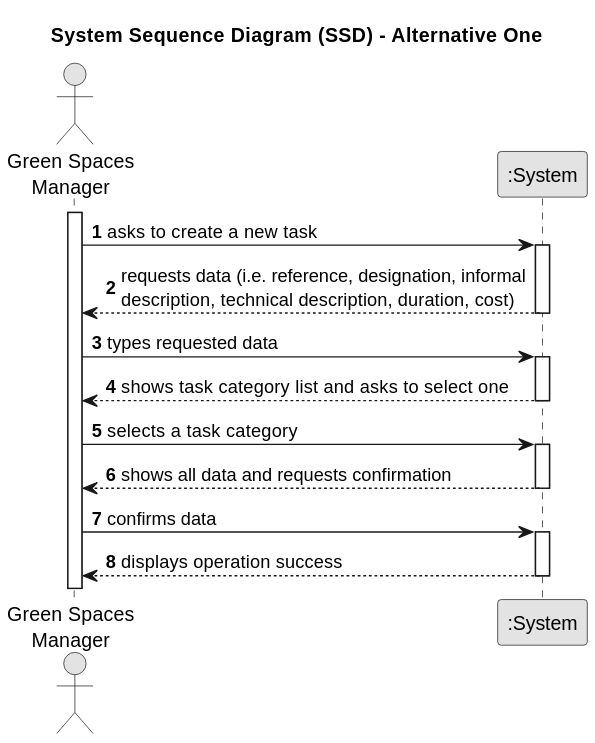
The PlantUML diagram docs/sprintA&B/us012/01.requirements-engineering/svg/us012-system-sequence-diagram-alternative-one.svg in daniel41silva05/ISEP_2023_2024_LAPR2, before a commit.
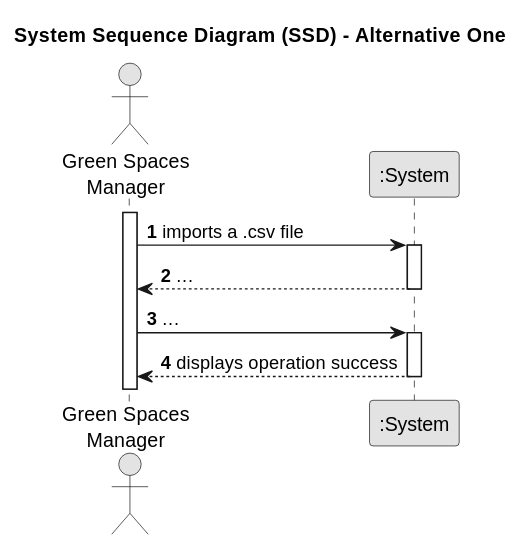
Later version of the same file.

The edit, as a diff of the source:
```diff
@@ -12,25 +12,13 @@
 
 activate GSM
 
-    GSM -> System : asks to create a new task
+    GSM -> System : imports a .csv file
     activate System
 
-        System --> GSM : requests data (i.e. reference, designation, informal\ndescription, technical description, duration, cost)
+        System --> GSM : ...
     deactivate System
 
-    GSM -> System : types requested data
-    activate System
-
-        System --> GSM : shows task category list and asks to select one
-    deactivate System
-
-    GSM -> System : selects a task category
-    activate System
-
-        System --> GSM : shows all data and requests confirmation
-    deactivate System
-
-    GSM -> System : confirms data
+    GSM -> System : ...
     activate System
 
         System --> GSM : displays operation success
```
